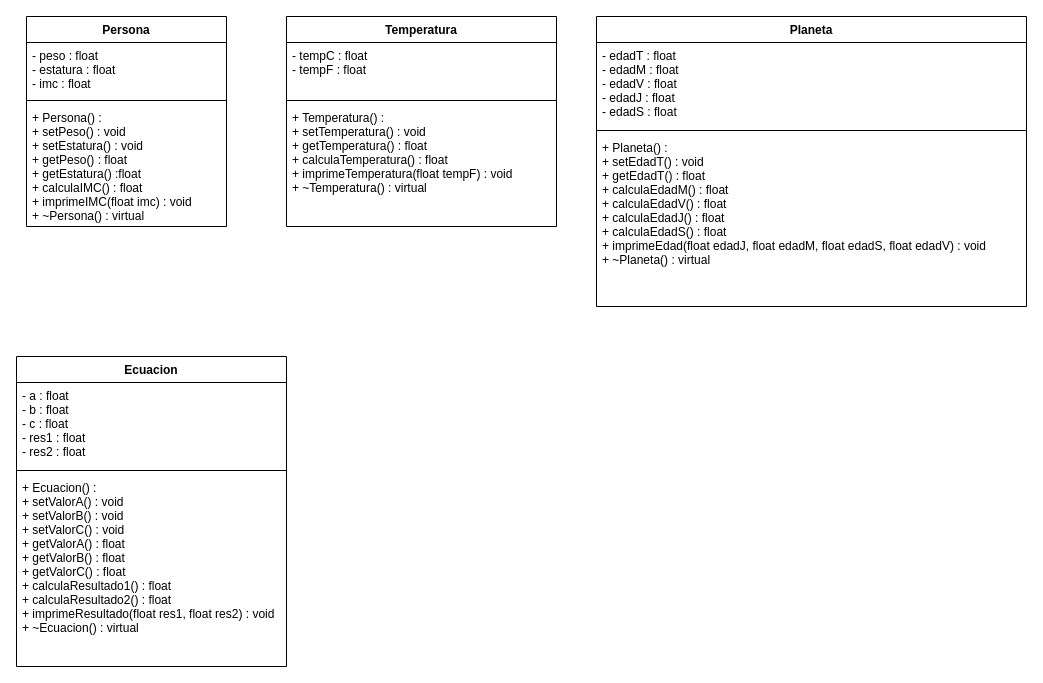
The draw.io diagram diagramas.drawio in A01802492/Clase-3-ActividadesOO, before the edit. Source tidied: cells renumbered, new cells numbered last; positions are measured from the earlier drawing's top-left corner, leaving out a move shared by most shapes. Both pictures are drawn from the tidied source at 100%, with x=0, y=0 at pixel (16, 16).
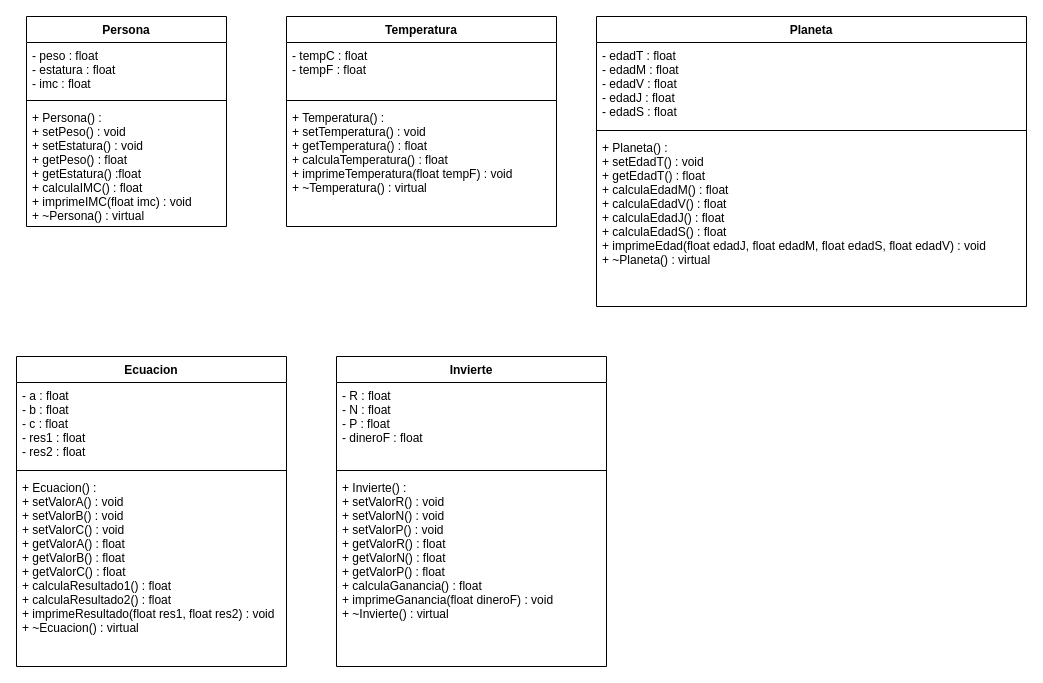
Above is the later version.

Diff of the diagram source:
```diff
@@
+    <mxCell id="18" value="Invierte" style="swimlane;fontStyle=1;align=center;verticalAlign=top;horizontal=1;startSize=26;" parent="1" vertex="1">
+      <mxGeometry x="320" y="340" width="270" height="310" as="geometry" />
+    </mxCell>
+    <mxCell id="19" value="- R : float&#10;- N : float&#10;- P : float&#10;- dineroF : float" style="text;strokeColor=none;fillColor=none;align=left;verticalAlign=top;spacingLeft=4;spacingRight=4;overflow=hidden;" parent="18" vertex="1">
+      <mxGeometry y="26" width="270" height="84" as="geometry" />
+    </mxCell>
+    <mxCell id="20" style="line;strokeWidth=1;fillColor=none;align=left;verticalAlign=middle;spacingTop=-1;spacingLeft=3;spacingRight=3;labelPosition=right;strokeColor=inherit;" parent="18" vertex="1">
+      <mxGeometry y="110" width="270" height="8" as="geometry" />
+    </mxCell>
+    <mxCell id="21" value="+ Invierte() :&#10;+ setValorR() : void&#10;+ setValorN() : void&#10;+ setValorP() : void&#10;+ getValorR() : float&#10;+ getValorN() : float&#10;+ getValorP() : float&#10;+ calculaGanancia() : float&#10;+ imprimeGanancia(float dineroF) : void&#10;+ ~Invierte() : virtual" style="text;strokeColor=none;fillColor=none;align=left;verticalAlign=top;spacingLeft=4;spacingRight=4;overflow=hidden;" parent="18" vertex="1">
+      <mxGeometry y="118" width="270" height="192" as="geometry" />
+    </mxCell>
```
